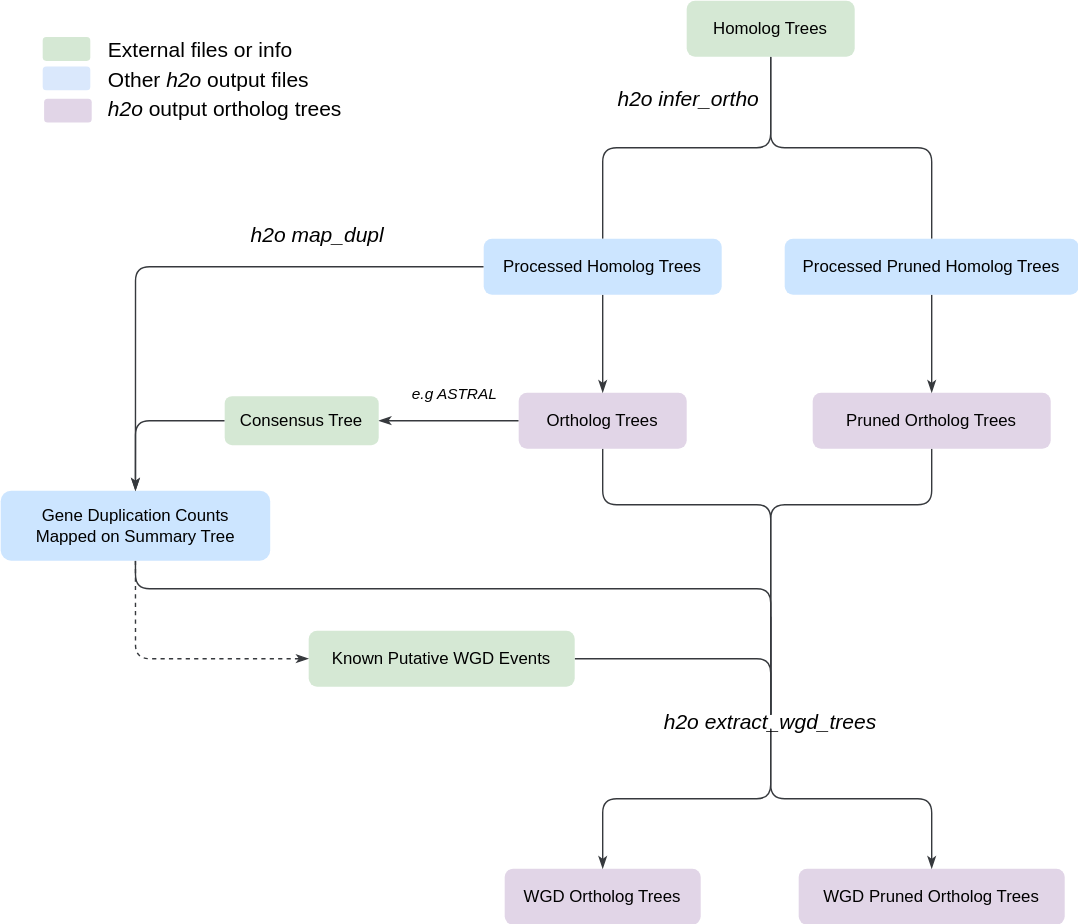
This is tutorials/main_workflow.drawio.svg from fkyeeb/H2O, a draw.io export, as it was before one commit. Source tidied: cells renumbered, new cells last; positions are measured from the earlier drawing's top-left corner, leaving out a move shared by most shapes.
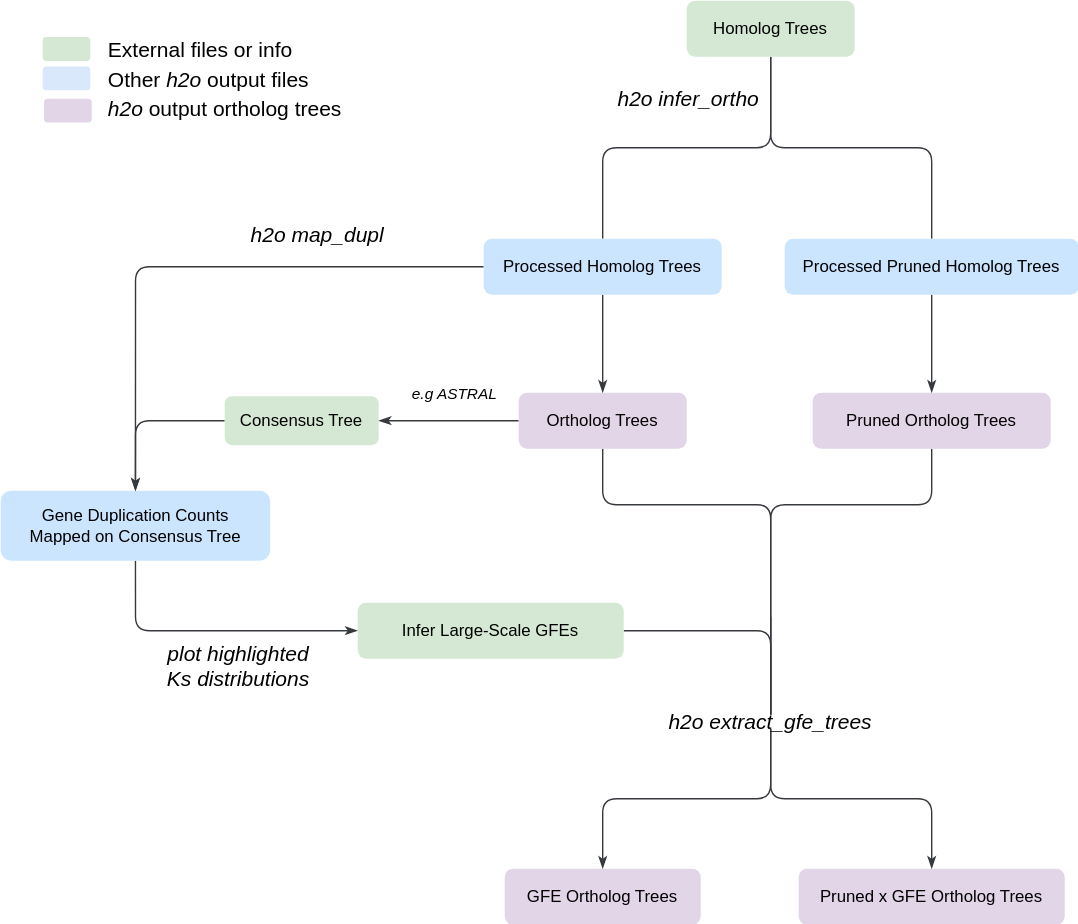
Above is the later version.

What changed in the source:
```diff
@@ -46,18 +46,10 @@
     <mxCell id="11" value="Pruned Ortholog Trees" style="rounded=1;whiteSpace=wrap;html=1;fontSize=12;glass=0;strokeWidth=1;shadow=0;fillColor=#e1d5e7;strokeColor=none;" parent="1" vertex="1">
       <mxGeometry x="580" y="280" width="170" height="40" as="geometry" />
     </mxCell>
-    <mxCell id="12" style="shape=connector;rounded=1;jettySize=auto;html=1;exitX=0.5;exitY=1;exitDx=0;exitDy=0;shadow=0;strokeColor=#36393d;strokeWidth=1;align=center;verticalAlign=middle;fontFamily=Helvetica;fontSize=11;fontColor=default;labelBackgroundColor=none;endArrow=none;endFill=0;fillColor=#cce5ff;edgeStyle=orthogonalEdgeStyle;entryX=0.5;entryY=0;entryDx=0;entryDy=0;" parent="1" edge="1" source="14" target="22">
-      <mxGeometry relative="1" as="geometry">
-        <Array as="points">
-          <mxPoint x="96" y="420" />
-          <mxPoint x="550" y="420" />
-        </Array>
-      </mxGeometry>
-    </mxCell>
-    <mxCell id="13" style="edgeStyle=orthogonalEdgeStyle;shape=connector;rounded=1;jettySize=auto;html=1;exitX=0.5;exitY=1;exitDx=0;exitDy=0;entryX=0;entryY=0.5;entryDx=0;entryDy=0;shadow=0;strokeColor=#36393d;strokeWidth=1;align=center;verticalAlign=middle;fontFamily=Helvetica;fontSize=11;fontColor=default;labelBackgroundColor=none;endArrow=classicThin;endFill=1;fillColor=#cce5ff;dashed=1;" parent="1" edge="1" source="14" target="30">
+    <mxCell id="13" style="edgeStyle=orthogonalEdgeStyle;shape=connector;rounded=1;jettySize=auto;html=1;exitX=0.5;exitY=1;exitDx=0;exitDy=0;entryX=0;entryY=0.5;entryDx=0;entryDy=0;shadow=0;strokeColor=#36393d;strokeWidth=1;align=center;verticalAlign=middle;fontFamily=Helvetica;fontSize=11;fontColor=default;labelBackgroundColor=none;endArrow=classicThin;endFill=1;fillColor=#cce5ff;" parent="1" edge="1" source="14" target="30">
       <mxGeometry relative="1" as="geometry" />
     </mxCell>
-    <mxCell id="14" value="Gene Duplication Counts&lt;div&gt;Mapped on Summary Tree&lt;/div&gt;" style="rounded=1;whiteSpace=wrap;html=1;fontSize=12;glass=0;strokeWidth=1;shadow=0;fillColor=#cce5ff;strokeColor=none;" parent="1" vertex="1">
+    <mxCell id="14" value="Gene Duplication Counts&lt;div&gt;Mapped on Consensus Tree&lt;/div&gt;" style="rounded=1;whiteSpace=wrap;html=1;fontSize=12;glass=0;strokeWidth=1;shadow=0;fillColor=#cce5ff;strokeColor=none;" parent="1" vertex="1">
       <mxGeometry y="350" width="192.5" height="50" as="geometry" />
     </mxCell>
     <mxCell id="15" style="edgeStyle=orthogonalEdgeStyle;shape=connector;rounded=1;jettySize=auto;html=1;exitX=0;exitY=0.5;exitDx=0;exitDy=0;entryX=0.5;entryY=0;entryDx=0;entryDy=0;shadow=0;strokeColor=#36393d;strokeWidth=1;align=center;verticalAlign=middle;fontFamily=Helvetica;fontSize=11;fontColor=default;labelBackgroundColor=none;endArrow=classicThin;endFill=1;fillColor=#cce5ff;" parent="1" edge="1" source="16" target="14">
@@ -66,10 +58,10 @@
     <mxCell id="16" value="Consensus Tree" style="rounded=1;whiteSpace=wrap;html=1;fontSize=12;glass=0;strokeWidth=1;shadow=0;fillColor=#d5e8d4;strokeColor=none;" parent="1" vertex="1">
       <mxGeometry x="160" y="282.5" width="110" height="35" as="geometry" />
     </mxCell>
-    <mxCell id="17" value="WGD Ortholog Trees" style="rounded=1;whiteSpace=wrap;html=1;fontSize=12;glass=0;strokeWidth=1;shadow=0;fillColor=#e1d5e7;strokeColor=none;" parent="1" vertex="1">
+    <mxCell id="17" value="GFE Ortholog Trees" style="rounded=1;whiteSpace=wrap;html=1;fontSize=12;glass=0;strokeWidth=1;shadow=0;fillColor=#e1d5e7;strokeColor=none;" parent="1" vertex="1">
       <mxGeometry x="360" y="620" width="140" height="40" as="geometry" />
     </mxCell>
-    <mxCell id="18" value="WGD Pruned Ortholog Trees" style="rounded=1;whiteSpace=wrap;html=1;fontSize=12;glass=0;strokeWidth=1;shadow=0;fillColor=#e1d5e7;strokeColor=none;" parent="1" vertex="1">
+    <mxCell id="18" value="Pruned x GFE Ortholog Trees" style="rounded=1;whiteSpace=wrap;html=1;fontSize=12;glass=0;strokeWidth=1;shadow=0;fillColor=#e1d5e7;strokeColor=none;" parent="1" vertex="1">
       <mxGeometry x="570" y="620" width="190" height="40" as="geometry" />
     </mxCell>
     <mxCell id="19" style="edgeStyle=orthogonalEdgeStyle;shape=connector;rounded=1;jettySize=auto;html=1;exitX=0.5;exitY=1;exitDx=0;exitDy=0;shadow=0;strokeColor=#36393d;strokeWidth=1;align=center;verticalAlign=middle;fontFamily=Helvetica;fontSize=11;fontColor=default;labelBackgroundColor=none;endArrow=classicThin;endFill=1;fillColor=#cce5ff;" parent="1" edge="1" source="22" target="17">
@@ -83,7 +75,7 @@
         <mxPoint x="550" y="440" as="targetPoint" />
       </mxGeometry>
     </mxCell>
-    <mxCell id="22" value="&lt;i&gt;&lt;font style=&quot;font-size: 15px;&quot;&gt;h2o extract_wgd_trees&lt;/font&gt;&lt;/i&gt;" style="rounded=0;whiteSpace=wrap;html=1;fontFamily=Helvetica;fontSize=11;fontColor=default;labelBackgroundColor=none;fillColor=none;strokeColor=none;" parent="1" vertex="1">
+    <mxCell id="22" value="&lt;i&gt;&lt;font style=&quot;font-size: 15px;&quot;&gt;h2o extract_gfe_trees&lt;/font&gt;&lt;/i&gt;" style="rounded=0;whiteSpace=wrap;html=1;fontFamily=Helvetica;fontSize=11;fontColor=default;labelBackgroundColor=none;fillColor=none;strokeColor=none;" parent="1" vertex="1">
       <mxGeometry x="445" y="510" width="210" height="10" as="geometry" />
     </mxCell>
     <mxCell id="23" style="edgeStyle=orthogonalEdgeStyle;shape=connector;rounded=1;jettySize=auto;html=1;exitX=0.5;exitY=1;exitDx=0;exitDy=0;shadow=0;strokeColor=#36393d;strokeWidth=1;align=center;verticalAlign=middle;fontFamily=Helvetica;fontSize=11;fontColor=default;labelBackgroundColor=none;endArrow=classicThin;endFill=1;fillColor=#cce5ff;" parent="1" edge="1" source="26" target="9">
@@ -109,8 +101,8 @@
     <mxCell id="29" style="edgeStyle=orthogonalEdgeStyle;shape=connector;rounded=1;jettySize=auto;html=1;exitX=1;exitY=0.5;exitDx=0;exitDy=0;entryX=0.5;entryY=0;entryDx=0;entryDy=0;shadow=0;strokeColor=#36393d;strokeWidth=1;align=center;verticalAlign=middle;fontFamily=Helvetica;fontSize=11;fontColor=default;labelBackgroundColor=none;endArrow=none;endFill=0;fillColor=#cce5ff;" parent="1" edge="1" source="30" target="22">
       <mxGeometry relative="1" as="geometry" />
     </mxCell>
-    <mxCell id="30" value="Known Putative WGD Events" style="rounded=1;whiteSpace=wrap;html=1;fontSize=12;glass=0;strokeWidth=1;shadow=0;fillColor=#d5e8d4;strokeColor=none;" parent="1" vertex="1">
-      <mxGeometry x="220" y="450" width="190" height="40" as="geometry" />
+    <mxCell id="30" value="Infer Large-Scale GFEs" style="rounded=1;whiteSpace=wrap;html=1;fontSize=12;glass=0;strokeWidth=1;shadow=0;fillColor=#d5e8d4;strokeColor=none;" parent="1" vertex="1">
+      <mxGeometry x="255" y="430" width="190" height="40" as="geometry" />
     </mxCell>
     <mxCell id="31" value="&lt;div style=&quot;line-height: 140%;&quot;&gt;&lt;font style=&quot;font-size: 15px; line-height: 140%;&quot;&gt;External files or info&amp;nbsp;&lt;/font&gt;&lt;/div&gt;&lt;div style=&quot;line-height: 140%;&quot;&gt;&lt;font style=&quot;font-size: 15px; line-height: 140%;&quot;&gt;Other &lt;i&gt;h2o&lt;/i&gt; output files&amp;nbsp;&lt;/font&gt;&lt;/div&gt;&lt;div style=&quot;line-height: 140%;&quot;&gt;&lt;font style=&quot;font-size: 15px; line-height: 140%;&quot;&gt;&lt;i&gt;h2o&lt;/i&gt; output ortholog trees&lt;/font&gt;&lt;/div&gt;" style="text;html=1;align=left;verticalAlign=middle;whiteSpace=wrap;rounded=0;" parent="1" vertex="1">
       <mxGeometry x="75" y="20.5" width="180" height="70" as="geometry" />
@@ -124,5 +116,8 @@
     <mxCell id="34" style="rounded=1;whiteSpace=wrap;html=1;fontSize=12;glass=0;strokeWidth=1;shadow=0;fillColor=#e1d5e7;strokeColor=none;" parent="1" vertex="1">
       <mxGeometry x="31" y="70" width="34" height="17" as="geometry" />
     </mxCell>
+    <mxCell id="35" value="&lt;font style=&quot;font-size: 15px;&quot;&gt;&lt;i&gt;plot highlighted Ks distributions&lt;/i&gt;&lt;/font&gt;" style="text;html=1;align=center;verticalAlign=middle;whiteSpace=wrap;rounded=0;" parent="1" vertex="1">
+      <mxGeometry x="110" y="460" width="120" height="30" as="geometry" />
+    </mxCell>
   </root>
 </mxGraphModel>
```
